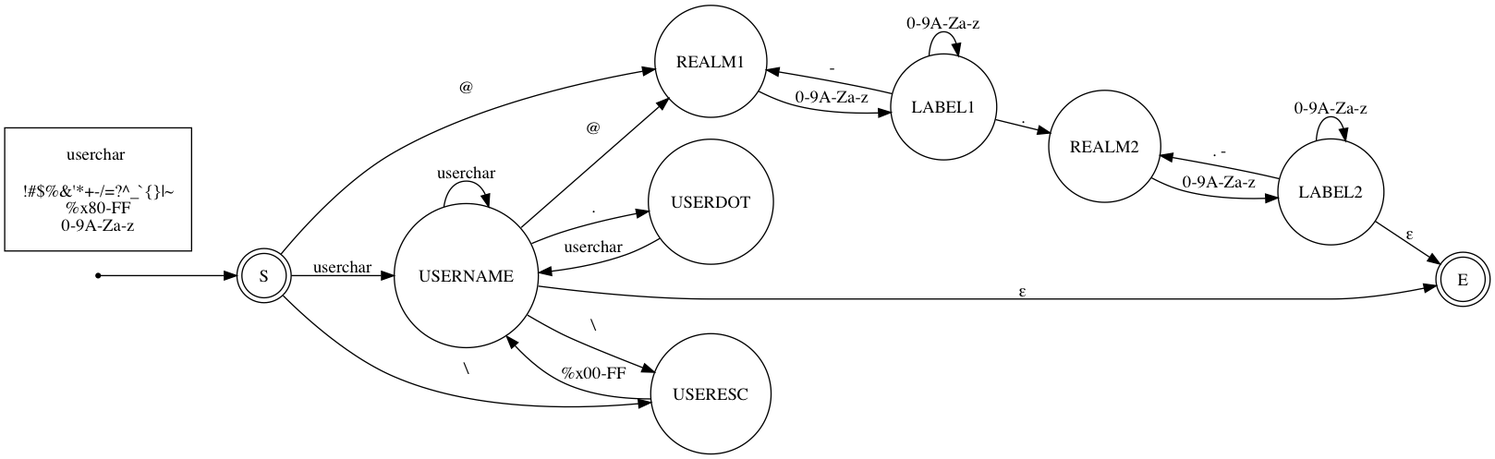
Earlier version of the Graphviz export doc/design/rfc4282_fsm.png (arpa2/libarpa2service). Its source is kept beside it as doc/design/rfc4282_fsm.gv.
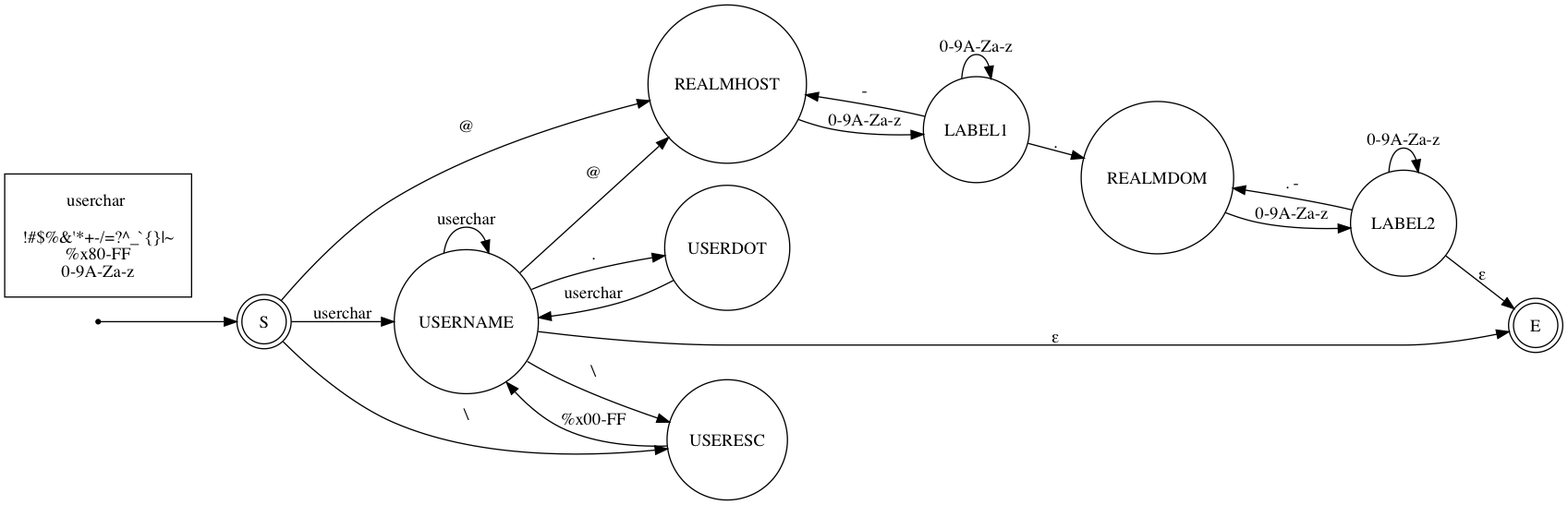
Above is the later version.

Commit message:
rename REALM1 to REALMHOST and REALM2 to REALMDOM

The edit, as a diff of the source:
```diff
@@ -11,14 +11,14 @@
 		qi	-> S;
 
 		/* First do realm. */
-		S	-> REALM1 [ label = "@" ];
-		REALM1	-> LABEL1 [ label = "0-9A-Za-z" ];
+		S	-> REALMHOST [ label = "@" ];
+		REALMHOST	-> LABEL1 [ label = "0-9A-Za-z" ];
 		LABEL1	-> LABEL1 [ label = "0-9A-Za-z" ];
-		LABEL1	-> REALM1 [ label = "-" ];
-		LABEL1	-> REALM2 [ label = "." ];
-		REALM2	-> LABEL2 [ label = "0-9A-Za-z" ];
+		LABEL1	-> REALMHOST [ label = "-" ];
+		LABEL1	-> REALMDOM [ label = "." ];
+		REALMDOM	-> LABEL2 [ label = "0-9A-Za-z" ];
 		LABEL2	-> LABEL2 [ label = "0-9A-Za-z" ];
-		LABEL2	-> REALM2 [ label = ". -" ];
+		LABEL2	-> REALMDOM [ label = ". -" ];
 		LABEL2	-> E [ label = "&epsilon;" ];
 
 		/* Then username. */
@@ -29,7 +29,7 @@
 		USERESC	-> USERNAME [ label = "%x00-FF" ];
 		USERNAME	-> USERDOT [ label = "." ];
 		USERDOT	-> USERNAME [ label = "userchar" ];
-		USERNAME	-> REALM1 [ label = "@" ];
+		USERNAME	-> REALMHOST [ label = "@" ];
 		USERNAME	-> E [ label = "&epsilon;" ];
 
 	node[ shape=box, margin="0.2,0.2" ];
```
